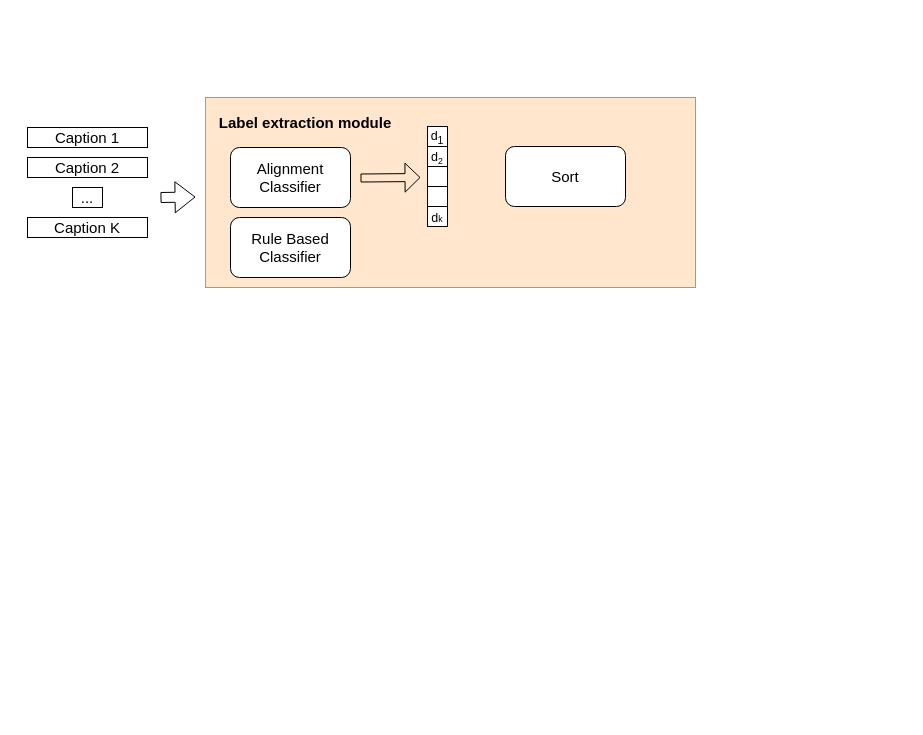
This is wsod_model_diagram.drawio from arushirai1/personal-site, a draw.io file, before an edit. Source tidied: cells renumbered, new cells numbered last; positions are measured from the earlier drawing's top-left corner, leaving out a move shared by most shapes. Both pictures are drawn from the tidied source at 100%, with x=0, y=0 at pixel (27, 97).
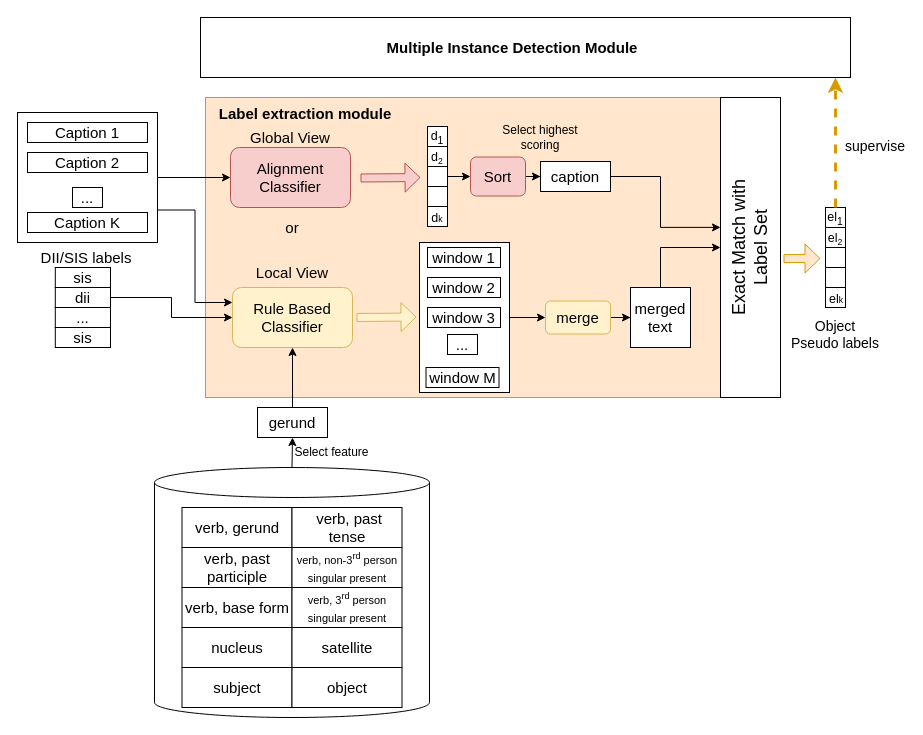
After the change.

Unchanged cells that the change refers to:
```xml
<mxCell id="14" style="rounded=0;whiteSpace=wrap;html=1;fontSize=15;" parent="11" vertex="1">
  <mxGeometry y="40" width="20" height="20" as="geometry" />
</mxCell>
```

Diff of the diagram source:
```diff
@@
+    <mxCell id="22" style="rounded=0;whiteSpace=wrap;html=1;fontSize=11;" parent="1" vertex="1">
+      <mxGeometry x="-10" y="15" width="140" height="130" as="geometry" />
+    </mxCell>
     <mxCell id="2" style="rounded=0;whiteSpace=wrap;html=1;fillColor=#ffe6cc;strokeColor=#d79b00;" parent="1" vertex="1">
-      <mxGeometry x="178" width="490" height="190" as="geometry" />
+      <mxGeometry x="178" width="575" height="300" as="geometry" />
     </mxCell>
     <mxCell id="3" value="Label extraction module" style="text;html=1;strokeColor=none;fillColor=none;align=center;verticalAlign=middle;whiteSpace=wrap;rounded=0;fontStyle=1;fontSize=15;" parent="1" vertex="1">
-      <mxGeometry x="178" y="10" width="200" height="30" as="geometry" />
+      <mxGeometry x="178" y="1" width="200" height="30" as="geometry" />
     </mxCell>
     <mxCell id="4" value="Caption 1" style="rounded=0;whiteSpace=wrap;html=1;fontSize=15;" parent="1" vertex="1">
-      <mxGeometry y="30" width="120" height="20" as="geometry" />
+      <mxGeometry y="25" width="120" height="20" as="geometry" />
     </mxCell>
     <mxCell id="5" value="Caption 2" style="rounded=0;whiteSpace=wrap;html=1;fontSize=15;" parent="1" vertex="1">
-      <mxGeometry y="60" width="120" height="20" as="geometry" />
+      <mxGeometry y="55" width="120" height="20" as="geometry" />
     </mxCell>
     <mxCell id="6" value="Caption K" style="rounded=0;whiteSpace=wrap;html=1;fontSize=15;" parent="1" vertex="1">
-      <mxGeometry y="120" width="120" height="20" as="geometry" />
+      <mxGeometry y="115" width="120" height="20" as="geometry" />
     </mxCell>
@@
-    <mxCell id="8" value="Rule Based Classifier" style="rounded=1;whiteSpace=wrap;html=1;fontSize=15;" parent="1" vertex="1">
-      <mxGeometry x="203" y="120" width="120" height="60" as="geometry" />
+    <mxCell id="8" value="Rule Based Classifier" style="rounded=1;whiteSpace=wrap;html=1;fontSize=15;fillColor=#fff2cc;strokeColor=#d6b656;" parent="1" vertex="1">
+      <mxGeometry x="205" y="190" width="120" height="60" as="geometry" />
     </mxCell>
-    <mxCell id="9" value="Alignment Classifier" style="rounded=1;whiteSpace=wrap;html=1;fontSize=15;" parent="1" vertex="1">
+    <mxCell id="9" value="Alignment Classifier" style="rounded=1;whiteSpace=wrap;html=1;fontSize=15;fillColor=#f8cecc;strokeColor=#b85450;" parent="1" vertex="1">
       <mxGeometry x="203" y="50" width="120" height="60" as="geometry" />
     </mxCell>
-    <mxCell id="10" style="shape=flexArrow;endArrow=classic;html=1;rounded=0;fontSize=15;width=10;endSize=6.31;" parent="1" edge="1">
-      <mxGeometry relative="1" as="geometry">
-        <mxPoint x="133" y="100" as="sourcePoint" />
-        <mxPoint x="168" y="99.5" as="targetPoint" />
-      </mxGeometry>
-    </mxCell>
@@
-    <mxCell id="20" style="shape=flexArrow;endArrow=classic;html=1;rounded=0;fontSize=15;width=8;endSize=4.66;" parent="1" edge="1">
+    <mxCell id="20" style="shape=flexArrow;endArrow=classic;html=1;rounded=0;fontSize=15;width=8;endSize=4.66;fillColor=#f8cecc;strokeColor=#b85450;" parent="1" edge="1">
       <mxGeometry relative="1" as="geometry">
         <mxPoint x="333" y="80.5" as="sourcePoint" />
         <mxPoint x="393" y="80" as="targetPoint" />
       </mxGeometry>
     </mxCell>
+    <mxCell id="23" style="edgeStyle=orthogonalEdgeStyle;rounded=0;jettySize=auto;html=1;fontSize=15;entryX=0;entryY=0.5;entryDx=0;entryDy=0;" parent="1" edge="1" source="21" target="36">
+      <mxGeometry relative="1" as="geometry" />
+    </mxCell>
-    <mxCell id="21" value="Sort" style="rounded=1;whiteSpace=wrap;html=1;fontSize=15;" parent="1" vertex="1">
-      <mxGeometry x="478" y="49" width="120" height="60" as="geometry" />
+    <mxCell id="21" value="Sort" style="rounded=1;whiteSpace=wrap;html=1;fontSize=15;fillColor=#f8cecc;strokeColor=#b85450;" parent="1" vertex="1">
+      <mxGeometry x="443" y="59.5" width="55" height="39" as="geometry" />
     </mxCell>
+    <mxCell id="24" style="shape=flexArrow;endArrow=classic;html=1;rounded=0;fontSize=15;width=8;endSize=4.66;fillColor=#fff2cc;strokeColor=#d6b656;" parent="1" edge="1">
+      <mxGeometry relative="1" as="geometry">
+        <mxPoint x="329" y="220" as="sourcePoint" />
+        <mxPoint x="389" y="219.5" as="targetPoint" />
+      </mxGeometry>
+    </mxCell>
+    <mxCell id="25" style="edgeStyle=orthogonalEdgeStyle;rounded=0;jettySize=auto;html=1;fontSize=15;" parent="1" edge="1" source="26" target="8">
+      <mxGeometry relative="1" as="geometry" />
+    </mxCell>
+    <mxCell id="26" value="gerund" style="rounded=0;whiteSpace=wrap;html=1;fontSize=15;" parent="1" vertex="1">
+      <mxGeometry x="230" y="310" width="70" height="30" as="geometry" />
+    </mxCell>
+    <mxCell id="27" value="sis" style="rounded=0;whiteSpace=wrap;html=1;fontSize=15;" parent="1" vertex="1">
+      <mxGeometry x="27.8" y="170" width="55.2" height="20" as="geometry" />
+    </mxCell>
+    <mxCell id="28" style="edgeStyle=orthogonalEdgeStyle;rounded=0;jettySize=auto;html=1;entryX=0;entryY=0.5;entryDx=0;entryDy=0;fontSize=15;" parent="1" edge="1" source="29" target="8">
+      <mxGeometry relative="1" as="geometry" />
+    </mxCell>
+    <mxCell id="29" value="dii" style="rounded=0;whiteSpace=wrap;html=1;fontSize=15;" parent="1" vertex="1">
+      <mxGeometry x="27.8" y="190" width="55.2" height="20" as="geometry" />
+    </mxCell>
+    <mxCell id="30" value="..." style="rounded=0;whiteSpace=wrap;html=1;fontSize=15;" parent="1" vertex="1">
+      <mxGeometry x="27.8" y="210" width="55.2" height="20" as="geometry" />
+    </mxCell>
+    <mxCell id="31" value="sis" style="rounded=0;whiteSpace=wrap;html=1;fontSize=15;" parent="1" vertex="1">
+      <mxGeometry x="27.8" y="230" width="55.2" height="20" as="geometry" />
+    </mxCell>
+    <mxCell id="32" value="DII/SIS labels" style="text;html=1;strokeColor=none;fillColor=none;align=center;verticalAlign=middle;whiteSpace=wrap;rounded=0;fontSize=15;" parent="1" vertex="1">
+      <mxGeometry y="145" width="117.6" height="30" as="geometry" />
+    </mxCell>
+    <mxCell id="33" value="or" style="text;html=1;strokeColor=none;fillColor=none;align=center;verticalAlign=middle;whiteSpace=wrap;rounded=0;fontSize=15;" parent="1" vertex="1">
+      <mxGeometry x="235" y="115" width="60" height="30" as="geometry" />
+    </mxCell>
+    <mxCell id="34" style="edgeStyle=orthogonalEdgeStyle;rounded=0;jettySize=auto;html=1;exitX=1;exitY=0.5;exitDx=0;exitDy=0;entryX=0;entryY=0.5;entryDx=0;entryDy=0;fontSize=15;" parent="1" edge="1" source="14" target="21">
+      <mxGeometry relative="1" as="geometry" />
+    </mxCell>
+    <mxCell id="35" style="edgeStyle=orthogonalEdgeStyle;rounded=0;jettySize=auto;html=1;exitX=1;exitY=0.5;exitDx=0;exitDy=0;entryX=0;entryY=0.433;entryDx=0;entryDy=0;entryPerimeter=0;fontSize=18;" parent="1" edge="1" source="36" target="66">
+      <mxGeometry relative="1" as="geometry">
+        <Array as="points">
+          <mxPoint x="633" y="79" />
+          <mxPoint x="633" y="130" />
+        </Array>
+      </mxGeometry>
+    </mxCell>
+    <mxCell id="36" value="caption" style="rounded=0;whiteSpace=wrap;html=1;fontSize=15;" parent="1" vertex="1">
+      <mxGeometry x="513" y="64" width="70" height="30" as="geometry" />
+    </mxCell>
+    <mxCell id="37" value="Global View" style="text;html=1;strokeColor=none;fillColor=none;align=center;verticalAlign=middle;whiteSpace=wrap;rounded=0;fontSize=15;rotation=0;" parent="1" vertex="1">
+      <mxGeometry x="218" y="25" width="90" height="30" as="geometry" />
+    </mxCell>
+    <mxCell id="38" value="Local View" style="text;html=1;strokeColor=none;fillColor=none;align=center;verticalAlign=middle;whiteSpace=wrap;rounded=0;fontSize=15;rotation=0;" parent="1" vertex="1">
+      <mxGeometry x="220" y="160" width="90" height="30" as="geometry" />
+    </mxCell>
+    <mxCell id="39" style="edgeStyle=orthogonalEdgeStyle;rounded=0;jettySize=auto;html=1;exitX=0.5;exitY=0;exitDx=0;exitDy=0;exitPerimeter=0;entryX=0.5;entryY=1;entryDx=0;entryDy=0;fontSize=11;" parent="1" edge="1" source="40" target="26">
+      <mxGeometry relative="1" as="geometry" />
+    </mxCell>
+    <mxCell id="40" style="shape=cylinder3;whiteSpace=wrap;html=1;boundedLbl=1;backgroundOutline=1;size=15;fontSize=15;" parent="1" vertex="1">
+      <mxGeometry x="127" y="370" width="275" height="250" as="geometry" />
+    </mxCell>
+    <mxCell id="41" value="verb, gerund" style="rounded=0;whiteSpace=wrap;html=1;fontSize=15;" parent="1" vertex="1">
+      <mxGeometry x="154.5" y="410" width="110" height="40" as="geometry" />
+    </mxCell>
+    <mxCell id="42" value="verb, past participle" style="rounded=0;whiteSpace=wrap;html=1;fontSize=15;" parent="1" vertex="1">
+      <mxGeometry x="154.5" y="450" width="110" height="40" as="geometry" />
+    </mxCell>
+    <mxCell id="43" value="verb, base form" style="rounded=0;whiteSpace=wrap;html=1;fontSize=15;" parent="1" vertex="1">
+      <mxGeometry x="154.5" y="490" width="110" height="40" as="geometry" />
+    </mxCell>
+    <mxCell id="44" value="Select feature" style="text;html=1;strokeColor=none;fillColor=none;align=center;verticalAlign=middle;whiteSpace=wrap;rounded=0;fontSize=12;" parent="1" vertex="1">
+      <mxGeometry x="253" y="340" width="103" height="30" as="geometry" />
+    </mxCell>
+    <mxCell id="45" value="&amp;nbsp;verb, past tense" style="rounded=0;whiteSpace=wrap;html=1;fontSize=15;" parent="1" vertex="1">
+      <mxGeometry x="264.5" y="410" width="110" height="40" as="geometry" />
+    </mxCell>
+    <mxCell id="46" value="&lt;font style=&quot;font-size: 11px&quot;&gt;verb, non-3&lt;sup&gt;rd&lt;/sup&gt; person singular present&lt;/font&gt;" style="rounded=0;whiteSpace=wrap;html=1;fontSize=15;" parent="1" vertex="1">
+      <mxGeometry x="264.5" y="450" width="110" height="40" as="geometry" />
+    </mxCell>
+    <mxCell id="47" value="&lt;span style=&quot;font-size: 11px&quot;&gt;verb, 3&lt;sup&gt;rd&lt;/sup&gt; person singular present&lt;/span&gt;" style="rounded=0;whiteSpace=wrap;html=1;fontSize=15;" parent="1" vertex="1">
+      <mxGeometry x="264.5" y="490" width="110" height="40" as="geometry" />
+    </mxCell>
+    <mxCell id="48" value="nucleus" style="rounded=0;whiteSpace=wrap;html=1;fontSize=15;" parent="1" vertex="1">
+      <mxGeometry x="154.5" y="530" width="110" height="40" as="geometry" />
+    </mxCell>
+    <mxCell id="49" value="satellite" style="rounded=0;whiteSpace=wrap;html=1;fontSize=15;" parent="1" vertex="1">
+      <mxGeometry x="264.5" y="530" width="110" height="40" as="geometry" />
+    </mxCell>
+    <mxCell id="50" value="subject" style="rounded=0;whiteSpace=wrap;html=1;fontSize=15;" parent="1" vertex="1">
+      <mxGeometry x="154.5" y="570" width="110" height="40" as="geometry" />
+    </mxCell>
+    <mxCell id="51" value="object" style="rounded=0;whiteSpace=wrap;html=1;fontSize=15;" parent="1" vertex="1">
+      <mxGeometry x="264.5" y="570" width="110" height="40" as="geometry" />
+    </mxCell>
+    <mxCell id="52" style="edgeStyle=orthogonalEdgeStyle;rounded=0;jettySize=auto;html=1;fontSize=15;" parent="1" edge="1" source="53" target="58">
+      <mxGeometry relative="1" as="geometry" />
+    </mxCell>
+    <mxCell id="53" style="rounded=0;whiteSpace=wrap;html=1;fontSize=15;" parent="1" vertex="1">
+      <mxGeometry x="392" y="145" width="90" height="150" as="geometry" />
+    </mxCell>
+    <mxCell id="54" style="edgeStyle=orthogonalEdgeStyle;rounded=0;jettySize=auto;html=1;exitX=1;exitY=0.5;exitDx=0;exitDy=0;fontSize=11;" parent="1" edge="1" source="22" target="9">
+      <mxGeometry relative="1" as="geometry" />
+    </mxCell>
+    <mxCell id="55" style="edgeStyle=orthogonalEdgeStyle;rounded=0;jettySize=auto;html=1;exitX=1;exitY=0.75;exitDx=0;exitDy=0;entryX=0;entryY=0.25;entryDx=0;entryDy=0;fontSize=11;" parent="1" edge="1" source="22" target="8">
+      <mxGeometry relative="1" as="geometry" />
+    </mxCell>
+    <mxCell id="56" value="Select highest scoring" style="text;html=1;strokeColor=none;fillColor=none;align=center;verticalAlign=middle;whiteSpace=wrap;rounded=0;fontSize=12;" parent="1" vertex="1">
+      <mxGeometry x="473" y="25" width="80" height="30" as="geometry" />
+    </mxCell>
+    <mxCell id="57" style="edgeStyle=orthogonalEdgeStyle;rounded=0;jettySize=auto;html=1;fontSize=15;" parent="1" edge="1" source="58" target="65">
+      <mxGeometry relative="1" as="geometry" />
+    </mxCell>
+    <mxCell id="58" value="merge" style="rounded=1;whiteSpace=wrap;html=1;fontSize=15;fillColor=#fff2cc;strokeColor=#d6b656;" parent="1" vertex="1">
+      <mxGeometry x="518" y="203.5" width="65" height="33" as="geometry" />
+    </mxCell>
+    <mxCell id="59" value="window 1" style="rounded=0;whiteSpace=wrap;html=1;fontSize=15;" parent="1" vertex="1">
+      <mxGeometry x="400" y="150" width="73" height="20" as="geometry" />
+    </mxCell>
+    <mxCell id="60" value="window 2" style="rounded=0;whiteSpace=wrap;html=1;fontSize=15;" parent="1" vertex="1">
+      <mxGeometry x="400" y="180" width="73" height="20" as="geometry" />
+    </mxCell>
+    <mxCell id="61" value="window 3" style="rounded=0;whiteSpace=wrap;html=1;fontSize=15;" parent="1" vertex="1">
+      <mxGeometry x="400" y="210" width="73" height="20" as="geometry" />
+    </mxCell>
+    <mxCell id="62" value="..." style="rounded=0;whiteSpace=wrap;html=1;fontSize=15;verticalAlign=middle;spacing=0;" parent="1" vertex="1">
+      <mxGeometry x="420" y="237" width="30" height="20" as="geometry" />
+    </mxCell>
+    <mxCell id="63" value="window M" style="rounded=0;whiteSpace=wrap;html=1;fontSize=15;" parent="1" vertex="1">
+      <mxGeometry x="398.5" y="270" width="73" height="20" as="geometry" />
+    </mxCell>
+    <mxCell id="64" style="edgeStyle=orthogonalEdgeStyle;rounded=0;jettySize=auto;html=1;exitX=0.5;exitY=0;exitDx=0;exitDy=0;entryX=0;entryY=0.5;entryDx=0;entryDy=0;fontSize=18;" parent="1" edge="1" source="65" target="66">
+      <mxGeometry relative="1" as="geometry" />
+    </mxCell>
+    <mxCell id="65" value="merged text" style="rounded=0;whiteSpace=wrap;html=1;fontSize=15;" parent="1" vertex="1">
+      <mxGeometry x="603" y="190" width="60" height="60" as="geometry" />
+    </mxCell>
+    <mxCell id="66" style="rounded=0;whiteSpace=wrap;html=1;fontSize=15;" parent="1" vertex="1">
+      <mxGeometry x="693" width="60" height="300" as="geometry" />
+    </mxCell>
+    <mxCell id="67" value="Exact Match with Label Set" style="text;html=1;strokeColor=none;fillColor=none;align=center;verticalAlign=middle;whiteSpace=wrap;rounded=0;fontSize=18;rotation=-90;" parent="1" vertex="1">
+      <mxGeometry x="643" y="135" width="160" height="30" as="geometry" />
+    </mxCell>
+    <mxCell id="68" style="group;" parent="1" vertex="1">
+      <mxGeometry x="798" y="110" width="20" height="100" as="geometry" />
+    </mxCell>
+    <mxCell id="69" style="rounded=0;whiteSpace=wrap;html=1;fontSize=15;" parent="68" vertex="1">
+      <mxGeometry width="20" height="20" as="geometry" />
+    </mxCell>
+    <mxCell id="70" style="rounded=0;whiteSpace=wrap;html=1;fontSize=15;" parent="68" vertex="1">
+      <mxGeometry y="20" width="20" height="20" as="geometry" />
+    </mxCell>
+    <mxCell id="71" style="rounded=0;whiteSpace=wrap;html=1;fontSize=15;" parent="68" vertex="1">
+      <mxGeometry y="40" width="20" height="20" as="geometry" />
+    </mxCell>
+    <mxCell id="72" style="rounded=0;whiteSpace=wrap;html=1;fontSize=15;" parent="68" vertex="1">
+      <mxGeometry y="60" width="20" height="20" as="geometry" />
+    </mxCell>
+    <mxCell id="73" style="rounded=0;whiteSpace=wrap;html=1;fontSize=15;" parent="68" vertex="1">
+      <mxGeometry y="80" width="20" height="20" as="geometry" />
+    </mxCell>
+    <mxCell id="74" value="&lt;span style=&quot;font-size: 12.5px&quot;&gt;el&lt;sub&gt;1&lt;/sub&gt;&lt;/span&gt;" style="text;html=1;strokeColor=none;fillColor=none;align=center;verticalAlign=middle;whiteSpace=wrap;rounded=0;fontSize=15;" parent="68" vertex="1">
+      <mxGeometry width="20" height="20" as="geometry" />
+    </mxCell>
+    <mxCell id="75" value="&lt;span style=&quot;font-size: 12.5px&quot;&gt;el&lt;/span&gt;&lt;span style=&quot;font-size: 10.4167px&quot;&gt;&lt;sub&gt;2&lt;/sub&gt;&lt;/span&gt;" style="text;html=1;strokeColor=none;fillColor=none;align=center;verticalAlign=middle;whiteSpace=wrap;rounded=0;fontSize=15;" parent="68" vertex="1">
+      <mxGeometry y="20" width="20" height="20" as="geometry" />
+    </mxCell>
+    <mxCell id="76" value="&lt;span style=&quot;font-size: 12.5px&quot;&gt;el&lt;/span&gt;&lt;span style=&quot;font-size: 8.68058px&quot;&gt;k&lt;/span&gt;" style="text;html=1;strokeColor=none;fillColor=none;align=center;verticalAlign=middle;whiteSpace=wrap;rounded=0;fontSize=15;" parent="68" vertex="1">
+      <mxGeometry x="1" y="80" width="20" height="20" as="geometry" />
+    </mxCell>
+    <mxCell id="77" style="shape=flexArrow;endArrow=classic;html=1;rounded=0;fontSize=15;width=8;endSize=4.66;fillColor=#ffe6cc;strokeColor=#d79b00;exitX=1.05;exitY=0.537;exitDx=0;exitDy=0;exitPerimeter=0;" parent="1" edge="1" source="66">
+      <mxGeometry relative="1" as="geometry">
+        <mxPoint x="793" y="161" as="targetPoint" />
+      </mxGeometry>
+    </mxCell>
+    <mxCell id="78" value="Object Pseudo labels" style="text;html=1;strokeColor=none;fillColor=none;align=center;verticalAlign=middle;whiteSpace=wrap;rounded=0;fontSize=14;" parent="1" vertex="1">
+      <mxGeometry x="763" y="217" width="90" height="40" as="geometry" />
+    </mxCell>
+    <mxCell id="79" style="rounded=0;whiteSpace=wrap;html=1;fontSize=14;" parent="1" vertex="1">
+      <mxGeometry x="173" y="-80" width="650" height="60" as="geometry" />
+    </mxCell>
+    <mxCell id="80" style="edgeStyle=orthogonalEdgeStyle;rounded=0;jettySize=auto;html=1;fontSize=14;dashed=1;strokeWidth=3;fillColor=#ffe6cc;strokeColor=#d79b00;" parent="1" edge="1" source="74">
+      <mxGeometry relative="1" as="geometry">
+        <mxPoint x="808" y="-20" as="targetPoint" />
+      </mxGeometry>
+    </mxCell>
+    <mxCell id="81" value="supervise" style="text;html=1;strokeColor=none;fillColor=none;align=center;verticalAlign=middle;whiteSpace=wrap;rounded=0;fontSize=14;" parent="1" vertex="1">
+      <mxGeometry x="818" y="34" width="60" height="30" as="geometry" />
+    </mxCell>
+    <mxCell id="82" value="Multiple Instance Detection Module" style="text;html=1;strokeColor=none;fillColor=none;align=center;verticalAlign=middle;whiteSpace=wrap;rounded=0;fontStyle=1;fontSize=15;" parent="1" vertex="1">
+      <mxGeometry x="345" y="-65" width="280" height="30" as="geometry" />
+    </mxCell>
```
